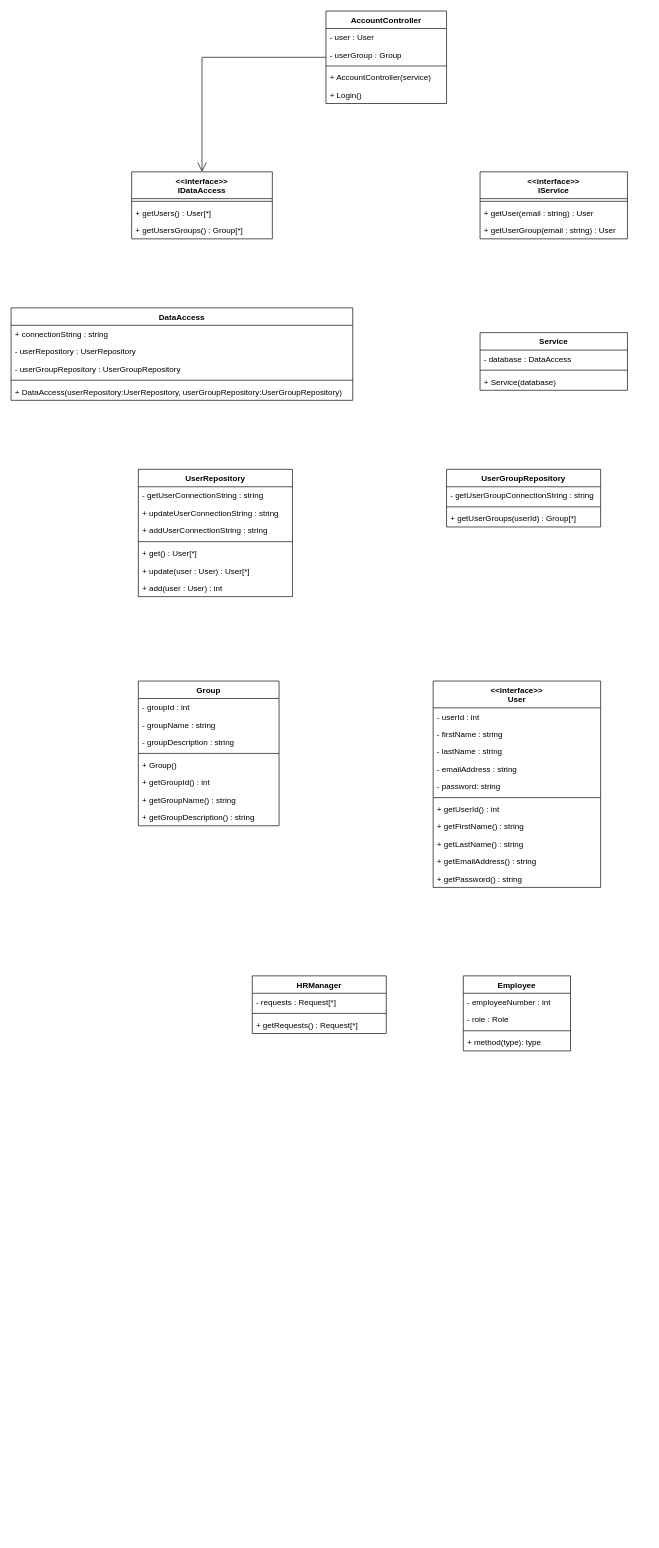
Before: LoginClassDiagram.drawio in learningCurve89/WorkBasedPortfolios, a draw.io diagram. Source tidied: cells renumbered, new cells numbered last; positions are measured from the earlier drawing's top-left corner, leaving out a move shared by most shapes. Both pictures are drawn from the tidied source at 67%, with x=0, y=0 at pixel (11, 11).
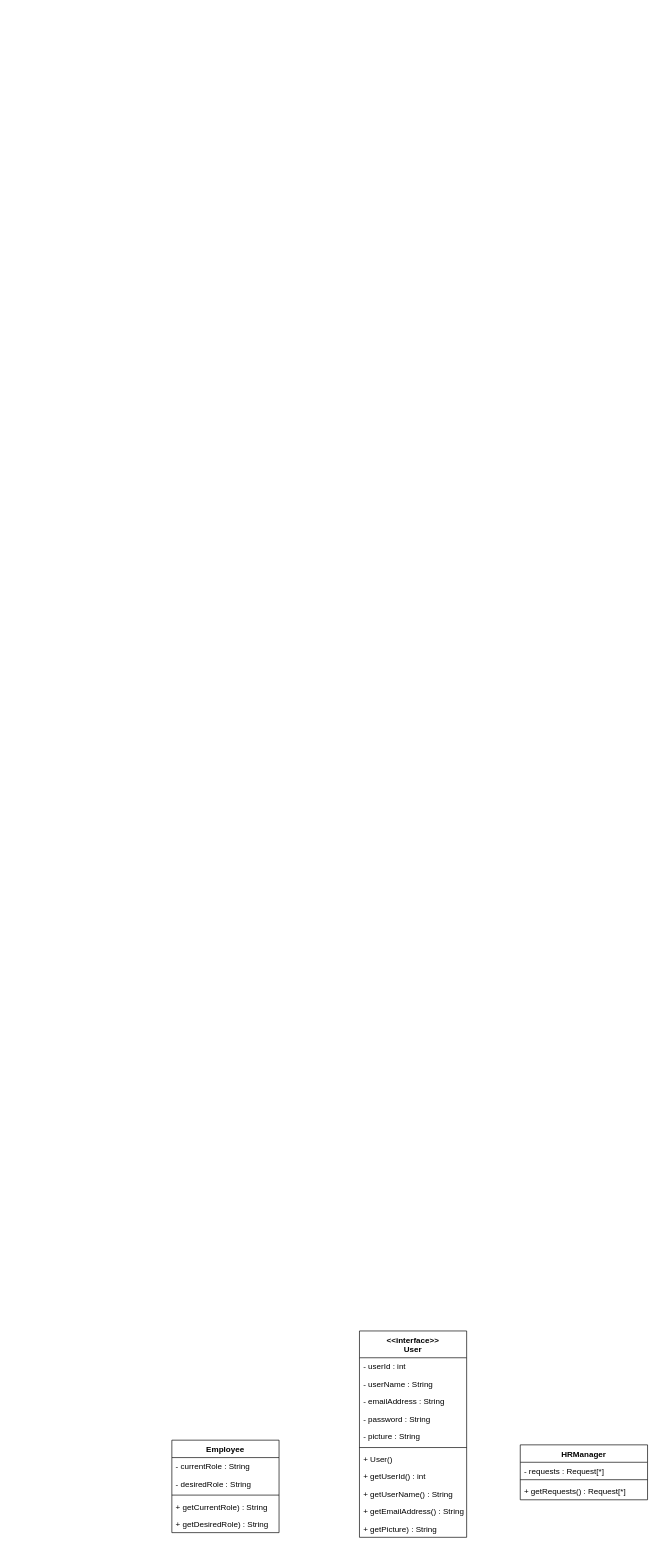
After the change.

Diff of the diagram source:
```diff
@@
-    <mxCell id="2" style="edgeStyle=orthogonalEdgeStyle;rounded=0;jettySize=auto;html=1;entryX=0.5;entryY=0;entryDx=0;entryDy=0;endSize=12;endArrow=open;endFill=0;" parent="1" edge="1" source="3" target="65">
-      <mxGeometry relative="1" as="geometry" />
-    </mxCell>
-    <mxCell id="3" value="AccountController" style="swimlane;fontStyle=1;align=center;verticalAlign=top;horizontal=1;startSize=26;" parent="1" vertex="1">
-      <mxGeometry x="470" width="180" height="138" as="geometry" />
-    </mxCell>
-    <mxCell id="4" value="- user : User" style="text;strokeColor=none;fillColor=none;align=left;verticalAlign=top;spacingLeft=4;spacingRight=4;overflow=hidden;" parent="3" vertex="1">
-      <mxGeometry y="26" width="180" height="26" as="geometry" />
-    </mxCell>
-    <mxCell id="5" value="- userGroup : Group" style="text;strokeColor=none;fillColor=none;align=left;verticalAlign=top;spacingLeft=4;spacingRight=4;overflow=hidden;" parent="3" vertex="1">
-      <mxGeometry y="52" width="180" height="26" as="geometry" />
-    </mxCell>
-    <mxCell id="6" style="line;strokeWidth=1;fillColor=none;align=left;verticalAlign=middle;spacingTop=-1;spacingLeft=3;spacingRight=3;labelPosition=right;" parent="3" vertex="1">
-      <mxGeometry y="78" width="180" height="8" as="geometry" />
-    </mxCell>
-    <mxCell id="7" value="+ AccountController(service)" style="text;strokeColor=none;fillColor=none;align=left;verticalAlign=top;spacingLeft=4;spacingRight=4;overflow=hidden;" parent="3" vertex="1">
-      <mxGeometry y="86" width="180" height="26" as="geometry" />
-    </mxCell>
-    <mxCell id="8" value="+ Login()" style="text;strokeColor=none;fillColor=none;align=left;verticalAlign=top;spacingLeft=4;spacingRight=4;overflow=hidden;" parent="3" vertex="1">
-      <mxGeometry y="112" width="180" height="26" as="geometry" />
-    </mxCell>
     <mxCell id="9" value="&lt;&lt;interface&gt;&gt;&#10;User" style="swimlane;fontStyle=1;align=center;verticalAlign=top;horizontal=1;startSize=40;" parent="1" vertex="1">
-      <mxGeometry x="630" y="1000" width="250" height="308" as="geometry" />
+      <mxGeometry x="520" y="1970" width="160" height="308" as="geometry" />
     </mxCell>
     <mxCell id="10" value="- userId : int" style="text;strokeColor=none;fillColor=none;align=left;verticalAlign=top;spacingLeft=4;spacingRight=4;overflow=hidden;" parent="9" vertex="1">
-      <mxGeometry y="40" width="250" height="26" as="geometry" />
+      <mxGeometry y="40" width="160" height="26" as="geometry" />
     </mxCell>
-    <mxCell id="11" value="- firstName : string" style="text;strokeColor=none;fillColor=none;align=left;verticalAlign=top;spacingLeft=4;spacingRight=4;overflow=hidden;" parent="9" vertex="1">
-      <mxGeometry y="66" width="250" height="26" as="geometry" />
-    </mxCell>
-    <mxCell id="12" value="- lastName : string" style="text;strokeColor=none;fillColor=none;align=left;verticalAlign=top;spacingLeft=4;spacingRight=4;overflow=hidden;" parent="9" vertex="1">
-      <mxGeometry y="92" width="250" height="26" as="geometry" />
-    </mxCell>
-    <mxCell id="13" value="- emailAddress : string" style="text;strokeColor=none;fillColor=none;align=left;verticalAlign=top;spacingLeft=4;spacingRight=4;overflow=hidden;" parent="9" vertex="1">
-      <mxGeometry y="118" width="250" height="26" as="geometry" />
-    </mxCell>
-    <mxCell id="14" value="- password: string" style="text;strokeColor=none;fillColor=none;align=left;verticalAlign=top;spacingLeft=4;spacingRight=4;overflow=hidden;" parent="9" vertex="1">
-      <mxGeometry y="144" width="250" height="26" as="geometry" />
-    </mxCell>
-    <mxCell id="15" style="line;strokeWidth=1;fillColor=none;align=left;verticalAlign=middle;spacingTop=-1;spacingLeft=3;spacingRight=3;labelPosition=right;" parent="9" vertex="1">
-      <mxGeometry y="170" width="250" height="8" as="geometry" />
-    </mxCell>
+    <mxCell id="69" value="- userName : String" style="text;strokeColor=none;fillColor=none;align=left;verticalAlign=top;spacingLeft=4;spacingRight=4;overflow=hidden;" parent="9" vertex="1">
+      <mxGeometry y="66" width="160" height="26" as="geometry" />
+    </mxCell>
+    <mxCell id="70" value="- emailAddress : String" style="text;strokeColor=none;fillColor=none;align=left;verticalAlign=top;spacingLeft=4;spacingRight=4;overflow=hidden;" parent="9" vertex="1">
+      <mxGeometry y="92" width="160" height="26" as="geometry" />
+    </mxCell>
+    <mxCell id="71" value="- password : String" style="text;strokeColor=none;fillColor=none;align=left;verticalAlign=top;spacingLeft=4;spacingRight=4;overflow=hidden;" parent="9" vertex="1">
+      <mxGeometry y="118" width="160" height="26" as="geometry" />
+    </mxCell>
+    <mxCell id="72" value="- picture : String" style="text;strokeColor=none;fillColor=none;align=left;verticalAlign=top;spacingLeft=4;spacingRight=4;overflow=hidden;" parent="9" vertex="1">
+      <mxGeometry y="144" width="160" height="26" as="geometry" />
+    </mxCell>
+    <mxCell id="73" style="line;strokeWidth=1;fillColor=none;align=left;verticalAlign=middle;spacingTop=-1;spacingLeft=3;spacingRight=3;labelPosition=right;" parent="9" vertex="1">
+      <mxGeometry y="170" width="160" height="8" as="geometry" />
+    </mxCell>
+    <mxCell id="74" value="+ User()" style="text;strokeColor=none;fillColor=none;align=left;verticalAlign=top;spacingLeft=4;spacingRight=4;overflow=hidden;" parent="9" vertex="1">
+      <mxGeometry y="178" width="160" height="26" as="geometry" />
+    </mxCell>
     <mxCell id="16" value="+ getUserId() : int" style="text;strokeColor=none;fillColor=none;align=left;verticalAlign=top;spacingLeft=4;spacingRight=4;overflow=hidden;" parent="9" vertex="1">
-      <mxGeometry y="178" width="250" height="26" as="geometry" />
+      <mxGeometry y="204" width="160" height="26" as="geometry" />
     </mxCell>
-    <mxCell id="17" value="+ getFirstName() : string" style="text;strokeColor=none;fillColor=none;align=left;verticalAlign=top;spacingLeft=4;spacingRight=4;overflow=hidden;" parent="9" vertex="1">
-      <mxGeometry y="204" width="250" height="26" as="geometry" />
-    </mxCell>
-    <mxCell id="18" value="+ getLastName() : string" style="text;strokeColor=none;fillColor=none;align=left;verticalAlign=top;spacingLeft=4;spacingRight=4;overflow=hidden;" parent="9" vertex="1">
-      <mxGeometry y="230" width="250" height="26" as="geometry" />
-    </mxCell>
-    <mxCell id="19" value="+ getEmailAddress() : string" style="text;strokeColor=none;fillColor=none;align=left;verticalAlign=top;spacingLeft=4;spacingRight=4;overflow=hidden;" parent="9" vertex="1">
-      <mxGeometry y="256" width="250" height="26" as="geometry" />
-    </mxCell>
-    <mxCell id="20" value="+ getPassword() : string" style="text;strokeColor=none;fillColor=none;align=left;verticalAlign=top;spacingLeft=4;spacingRight=4;overflow=hidden;" parent="9" vertex="1">
-      <mxGeometry y="282" width="250" height="26" as="geometry" />
-    </mxCell>
-    <mxCell id="21" value="Group" style="swimlane;fontStyle=1;align=center;verticalAlign=top;horizontal=1;startSize=26;" parent="1" vertex="1">
-      <mxGeometry x="190" y="1000" width="210" height="216" as="geometry" />
-    </mxCell>
-    <mxCell id="22" value="- groupId : int" style="text;strokeColor=none;fillColor=none;align=left;verticalAlign=top;spacingLeft=4;spacingRight=4;overflow=hidden;" parent="21" vertex="1">
-      <mxGeometry y="26" width="210" height="26" as="geometry" />
-    </mxCell>
-    <mxCell id="23" value="- groupName : string" style="text;strokeColor=none;fillColor=none;align=left;verticalAlign=top;spacingLeft=4;spacingRight=4;overflow=hidden;" parent="21" vertex="1">
-      <mxGeometry y="52" width="210" height="26" as="geometry" />
-    </mxCell>
-    <mxCell id="24" value="- groupDescription : string" style="text;strokeColor=none;fillColor=none;align=left;verticalAlign=top;spacingLeft=4;spacingRight=4;overflow=hidden;" parent="21" vertex="1">
-      <mxGeometry y="78" width="210" height="26" as="geometry" />
-    </mxCell>
-    <mxCell id="25" style="line;strokeWidth=1;fillColor=none;align=left;verticalAlign=middle;spacingTop=-1;spacingLeft=3;spacingRight=3;labelPosition=right;" parent="21" vertex="1">
-      <mxGeometry y="104" width="210" height="8" as="geometry" />
-    </mxCell>
-    <mxCell id="26" value="+ Group()" style="text;strokeColor=none;fillColor=none;align=left;verticalAlign=top;spacingLeft=4;spacingRight=4;overflow=hidden;" parent="21" vertex="1">
-      <mxGeometry y="112" width="210" height="26" as="geometry" />
-    </mxCell>
-    <mxCell id="27" value="+ getGroupId() : int" style="text;strokeColor=none;fillColor=none;align=left;verticalAlign=top;spacingLeft=4;spacingRight=4;overflow=hidden;" parent="21" vertex="1">
-      <mxGeometry y="138" width="210" height="26" as="geometry" />
-    </mxCell>
-    <mxCell id="28" value="+ getGroupName() : string" style="text;strokeColor=none;fillColor=none;align=left;verticalAlign=top;spacingLeft=4;spacingRight=4;overflow=hidden;" parent="21" vertex="1">
-      <mxGeometry y="164" width="210" height="26" as="geometry" />
-    </mxCell>
-    <mxCell id="29" value="+ getGroupDescription() : string" style="text;strokeColor=none;fillColor=none;align=left;verticalAlign=top;spacingLeft=4;spacingRight=4;overflow=hidden;" parent="21" vertex="1">
-      <mxGeometry y="190" width="210" height="26" as="geometry" />
-    </mxCell>
+    <mxCell id="75" value="+ getUserName() : String" style="text;strokeColor=none;fillColor=none;align=left;verticalAlign=top;spacingLeft=4;spacingRight=4;overflow=hidden;" parent="9" vertex="1">
+      <mxGeometry y="230" width="160" height="26" as="geometry" />
+    </mxCell>
+    <mxCell id="76" value="+ getEmailAddress() : String" style="text;strokeColor=none;fillColor=none;align=left;verticalAlign=top;spacingLeft=4;spacingRight=4;overflow=hidden;" parent="9" vertex="1">
+      <mxGeometry y="256" width="160" height="26" as="geometry" />
+    </mxCell>
+    <mxCell id="77" value="+ getPicture) : String" style="text;strokeColor=none;fillColor=none;align=left;verticalAlign=top;spacingLeft=4;spacingRight=4;overflow=hidden;" parent="9" vertex="1">
+      <mxGeometry y="282" width="160" height="26" as="geometry" />
+    </mxCell>
     <mxCell id="30" value="Employee" style="swimlane;fontStyle=1;align=center;verticalAlign=top;horizontal=1;startSize=26;" parent="1" vertex="1">
-      <mxGeometry x="675" y="1440" width="160" height="112" as="geometry" />
+      <mxGeometry x="240" y="2133" width="160" height="138" as="geometry" />
     </mxCell>
-    <mxCell id="31" value="- employeeNumber : int" style="text;strokeColor=none;fillColor=none;align=left;verticalAlign=top;spacingLeft=4;spacingRight=4;overflow=hidden;" parent="30" vertex="1">
-      <mxGeometry y="26" width="160" height="26" as="geometry" />
-    </mxCell>
-    <mxCell id="32" value="- role : Role" style="text;strokeColor=none;fillColor=none;align=left;verticalAlign=top;spacingLeft=4;spacingRight=4;overflow=hidden;" parent="30" vertex="1">
-      <mxGeometry y="52" width="160" height="26" as="geometry" />
-    </mxCell>
+    <mxCell id="78" value="- currentRole : String" style="text;strokeColor=none;fillColor=none;align=left;verticalAlign=top;spacingLeft=4;spacingRight=4;overflow=hidden;" parent="30" vertex="1">
+      <mxGeometry y="26" width="160" height="26" as="geometry" />
+    </mxCell>
+    <mxCell id="79" value="- desiredRole : String" style="text;strokeColor=none;fillColor=none;align=left;verticalAlign=top;spacingLeft=4;spacingRight=4;overflow=hidden;" parent="30" vertex="1">
+      <mxGeometry y="52" width="160" height="26" as="geometry" />
+    </mxCell>
@@
-    <mxCell id="34" value="+ method(type): type" style="text;strokeColor=none;fillColor=none;align=left;verticalAlign=top;spacingLeft=4;spacingRight=4;overflow=hidden;" parent="30" vertex="1">
-      <mxGeometry y="86" width="160" height="26" as="geometry" />
-    </mxCell>
+    <mxCell id="80" value="+ getCurrentRole) : String" style="text;strokeColor=none;fillColor=none;align=left;verticalAlign=top;spacingLeft=4;spacingRight=4;overflow=hidden;" parent="30" vertex="1">
+      <mxGeometry y="86" width="160" height="26" as="geometry" />
+    </mxCell>
+    <mxCell id="81" value="+ getDesiredRole) : String" style="text;strokeColor=none;fillColor=none;align=left;verticalAlign=top;spacingLeft=4;spacingRight=4;overflow=hidden;" parent="30" vertex="1">
+      <mxGeometry y="112" width="160" height="26" as="geometry" />
+    </mxCell>
     <mxCell id="35" value="HRManager" style="swimlane;fontStyle=1;align=center;verticalAlign=top;horizontal=1;startSize=26;" parent="1" vertex="1">
-      <mxGeometry x="360" y="1440" width="200" height="86" as="geometry" />
+      <mxGeometry x="760" y="2140" width="190" height="82" as="geometry" />
     </mxCell>
     <mxCell id="36" value="- requests : Request[*]" style="text;strokeColor=none;fillColor=none;align=left;verticalAlign=top;spacingLeft=4;spacingRight=4;overflow=hidden;" parent="35" vertex="1">
-      <mxGeometry y="26" width="200" height="26" as="geometry" />
+      <mxGeometry y="26" width="190" height="22" as="geometry" />
     </mxCell>
-    <mxCell id="37" style="line;strokeWidth=1;fillColor=none;align=left;verticalAlign=middle;spacingTop=-1;spacingLeft=3;spacingRight=3;labelPosition=right;" parent="35" vertex="1">
-      <mxGeometry y="52" width="200" height="8" as="geometry" />
-    </mxCell>
+    <mxCell id="82" style="line;strokeWidth=1;fillColor=none;align=left;verticalAlign=middle;spacingTop=-1;spacingLeft=3;spacingRight=3;labelPosition=right;" parent="35" vertex="1">
+      <mxGeometry y="48" width="190" height="8" as="geometry" />
+    </mxCell>
     <mxCell id="38" value="+ getRequests() : Request[*]" style="text;strokeColor=none;fillColor=none;align=left;verticalAlign=top;spacingLeft=4;spacingRight=4;overflow=hidden;" parent="35" vertex="1">
-      <mxGeometry y="60" width="200" height="26" as="geometry" />
+      <mxGeometry y="56" width="190" height="26" as="geometry" />
     </mxCell>
-    <mxCell id="39" value="UserGroupRepository" style="swimlane;fontStyle=1;align=center;verticalAlign=top;horizontal=1;startSize=26;" parent="1" vertex="1">
-      <mxGeometry x="650" y="684" width="230" height="86" as="geometry" />
-    </mxCell>
-    <mxCell id="40" value="- getUserGroupConnectionString : string" style="text;strokeColor=none;fillColor=none;align=left;verticalAlign=top;spacingLeft=4;spacingRight=4;overflow=hidden;" parent="39" vertex="1">
-      <mxGeometry y="26" width="230" height="26" as="geometry" />
-    </mxCell>
-    <mxCell id="41" style="line;strokeWidth=1;fillColor=none;align=left;verticalAlign=middle;spacingTop=-1;spacingLeft=3;spacingRight=3;labelPosition=right;" parent="39" vertex="1">
-      <mxGeometry y="52" width="230" height="8" as="geometry" />
-    </mxCell>
-    <mxCell id="42" value="+ getUserGroups(userId) : Group[*]" style="text;strokeColor=none;fillColor=none;align=left;verticalAlign=top;spacingLeft=4;spacingRight=4;overflow=hidden;" parent="39" vertex="1">
-      <mxGeometry y="60" width="230" height="26" as="geometry" />
-    </mxCell>
-    <mxCell id="43" value="UserRepository" style="swimlane;fontStyle=1;align=center;verticalAlign=top;horizontal=1;startSize=26;" parent="1" vertex="1">
-      <mxGeometry x="190" y="684" width="230" height="190" as="geometry" />
-    </mxCell>
-    <mxCell id="44" value="- getUserConnectionString : string" style="text;strokeColor=none;fillColor=none;align=left;verticalAlign=top;spacingLeft=4;spacingRight=4;overflow=hidden;" parent="43" vertex="1">
-      <mxGeometry y="26" width="230" height="26" as="geometry" />
-    </mxCell>
-    <mxCell id="45" value="+ updateUserConnectionString : string" style="text;strokeColor=none;fillColor=none;align=left;verticalAlign=top;spacingLeft=4;spacingRight=4;overflow=hidden;" parent="43" vertex="1">
-      <mxGeometry y="52" width="230" height="26" as="geometry" />
-    </mxCell>
-    <mxCell id="46" value="+ addUserConnectionString : string" style="text;strokeColor=none;fillColor=none;align=left;verticalAlign=top;spacingLeft=4;spacingRight=4;overflow=hidden;" parent="43" vertex="1">
-      <mxGeometry y="78" width="230" height="26" as="geometry" />
-    </mxCell>
-    <mxCell id="47" style="line;strokeWidth=1;fillColor=none;align=left;verticalAlign=middle;spacingTop=-1;spacingLeft=3;spacingRight=3;labelPosition=right;" parent="43" vertex="1">
-      <mxGeometry y="104" width="230" height="8" as="geometry" />
-    </mxCell>
-    <mxCell id="48" value="+ get() : User[*]" style="text;strokeColor=none;fillColor=none;align=left;verticalAlign=top;spacingLeft=4;spacingRight=4;overflow=hidden;" parent="43" vertex="1">
-      <mxGeometry y="112" width="230" height="26" as="geometry" />
-    </mxCell>
-    <mxCell id="49" value="+ update(user : User) : User[*]" style="text;strokeColor=none;fillColor=none;align=left;verticalAlign=top;spacingLeft=4;spacingRight=4;overflow=hidden;" parent="43" vertex="1">
-      <mxGeometry y="138" width="230" height="26" as="geometry" />
-    </mxCell>
-    <mxCell id="50" value="+ add(user : User) : int" style="text;strokeColor=none;fillColor=none;align=left;verticalAlign=top;spacingLeft=4;spacingRight=4;overflow=hidden;" parent="43" vertex="1">
-      <mxGeometry y="164" width="230" height="26" as="geometry" />
-    </mxCell>
-    <mxCell id="51" value="DataAccess" style="swimlane;fontStyle=1;align=center;verticalAlign=top;horizontal=1;startSize=26;" parent="1" vertex="1">
-      <mxGeometry y="443" width="510" height="138" as="geometry" />
-    </mxCell>
-    <mxCell id="52" value="+ connectionString : string" style="text;strokeColor=none;fillColor=none;align=left;verticalAlign=top;spacingLeft=4;spacingRight=4;overflow=hidden;" parent="51" vertex="1">
-      <mxGeometry y="26" width="510" height="26" as="geometry" />
-    </mxCell>
-    <mxCell id="53" value="- userRepository : UserRepository" style="text;strokeColor=none;fillColor=none;align=left;verticalAlign=top;spacingLeft=4;spacingRight=4;overflow=hidden;" parent="51" vertex="1">
-      <mxGeometry y="52" width="510" height="26" as="geometry" />
-    </mxCell>
-    <mxCell id="54" value="- userGroupRepository : UserGroupRepository" style="text;strokeColor=none;fillColor=none;align=left;verticalAlign=top;spacingLeft=4;spacingRight=4;overflow=hidden;" parent="51" vertex="1">
-      <mxGeometry y="78" width="510" height="26" as="geometry" />
-    </mxCell>
-    <mxCell id="55" style="line;strokeWidth=1;fillColor=none;align=left;verticalAlign=middle;spacingTop=-1;spacingLeft=3;spacingRight=3;labelPosition=right;" parent="51" vertex="1">
-      <mxGeometry y="104" width="510" height="8" as="geometry" />
-    </mxCell>
-    <mxCell id="56" value="+ DataAccess(userRepository:UserRepository, userGroupRepository:UserGroupRepository)" style="text;strokeColor=none;fillColor=none;align=left;verticalAlign=top;spacingLeft=4;spacingRight=4;overflow=hidden;" parent="51" vertex="1">
-      <mxGeometry y="112" width="510" height="26" as="geometry" />
-    </mxCell>
-    <mxCell id="57" value="&lt;&lt;interface&gt;&gt;&#10;IService" style="swimlane;fontStyle=1;align=center;verticalAlign=top;horizontal=1;startSize=40;" parent="1" vertex="1">
-      <mxGeometry x="700" y="240" width="220" height="100" as="geometry" />
-    </mxCell>
-    <mxCell id="58" style="line;strokeWidth=1;fillColor=none;align=left;verticalAlign=middle;spacingTop=-1;spacingLeft=3;spacingRight=3;labelPosition=right;" parent="57" vertex="1">
-      <mxGeometry y="40" width="220" height="8" as="geometry" />
-    </mxCell>
-    <mxCell id="59" value="+ getUser(email : string) : User" style="text;strokeColor=none;fillColor=none;align=left;verticalAlign=top;spacingLeft=4;spacingRight=4;overflow=hidden;" parent="57" vertex="1">
-      <mxGeometry y="48" width="220" height="26" as="geometry" />
-    </mxCell>
-    <mxCell id="60" value="+ getUserGroup(email : string) : User" style="text;strokeColor=none;fillColor=none;align=left;verticalAlign=top;spacingLeft=4;spacingRight=4;overflow=hidden;" parent="57" vertex="1">
-      <mxGeometry y="74" width="220" height="26" as="geometry" />
-    </mxCell>
-    <mxCell id="61" value="Service" style="swimlane;fontStyle=1;align=center;verticalAlign=top;horizontal=1;startSize=26;" parent="1" vertex="1">
-      <mxGeometry x="700" y="480" width="220" height="86" as="geometry" />
-    </mxCell>
-    <mxCell id="62" value="- database : DataAccess" style="text;strokeColor=none;fillColor=none;align=left;verticalAlign=top;spacingLeft=4;spacingRight=4;overflow=hidden;" parent="61" vertex="1">
-      <mxGeometry y="26" width="220" height="26" as="geometry" />
-    </mxCell>
-    <mxCell id="63" style="line;strokeWidth=1;fillColor=none;align=left;verticalAlign=middle;spacingTop=-1;spacingLeft=3;spacingRight=3;labelPosition=right;" parent="61" vertex="1">
-      <mxGeometry y="52" width="220" height="8" as="geometry" />
-    </mxCell>
-    <mxCell id="64" value="+ Service(database)" style="text;strokeColor=none;fillColor=none;align=left;verticalAlign=top;spacingLeft=4;spacingRight=4;overflow=hidden;" parent="61" vertex="1">
-      <mxGeometry y="60" width="220" height="26" as="geometry" />
-    </mxCell>
-    <mxCell id="65" value="&lt;&lt;interface&gt;&gt;&#10;IDataAccess" style="swimlane;fontStyle=1;align=center;verticalAlign=top;horizontal=1;startSize=40;" parent="1" vertex="1">
-      <mxGeometry x="180" y="240" width="210" height="100" as="geometry" />
-    </mxCell>
-    <mxCell id="66" style="line;strokeWidth=1;fillColor=none;align=left;verticalAlign=middle;spacingTop=-1;spacingLeft=3;spacingRight=3;labelPosition=right;" parent="65" vertex="1">
-      <mxGeometry y="40" width="210" height="8" as="geometry" />
-    </mxCell>
-    <mxCell id="67" value="+ getUsers() : User[*]" style="text;strokeColor=none;fillColor=none;align=left;verticalAlign=top;spacingLeft=4;spacingRight=4;overflow=hidden;" parent="65" vertex="1">
-      <mxGeometry y="48" width="210" height="26" as="geometry" />
-    </mxCell>
-    <mxCell id="68" value="+ getUsersGroups() : Group[*]" style="text;strokeColor=none;fillColor=none;align=left;verticalAlign=top;spacingLeft=4;spacingRight=4;overflow=hidden;" parent="65" vertex="1">
-      <mxGeometry y="74" width="210" height="26" as="geometry" />
-    </mxCell>
```
